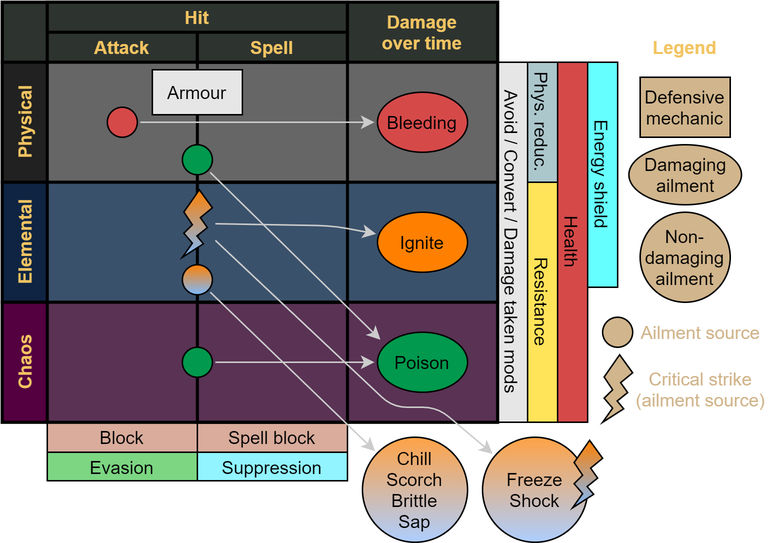
Project-Path-of-Exile-Wiki/wiki keeps this draw.io diagram as images/guide-defences-and-ailments.png. Above is the earlier version. Source tidied: cells renumbered, new cells last; positions are measured from the earlier drawing's top-left corner, leaving out a move shared by most shapes. Source of this version:
```xml
<mxGraphModel>
  <root>
    <mxCell id="0" />
    <mxCell id="1" parent="0" />
    <mxCell id="2" value="&lt;span&gt;Avoid / Convert / Damage taken mods&lt;/span&gt;" style="rounded=0;whiteSpace=wrap;html=1;strokeColor=#000000;rotation=90;fillColor=#E6E6E6;fontStyle=0;" parent="1" vertex="1">
      <mxGeometry x="220" y="150" width="240" height="20" as="geometry" />
    </mxCell>
    <mxCell id="3" value="&lt;span&gt;Phys. reduc.&lt;/span&gt;" style="rounded=0;whiteSpace=wrap;html=1;strokeColor=#000000;rotation=90;fillColor=#ABC7CC;fontStyle=0;" parent="1" vertex="1">
      <mxGeometry x="320" y="70" width="80" height="20" as="geometry" />
    </mxCell>
    <mxCell id="4" value="&lt;span&gt;Resistance&lt;/span&gt;" style="rounded=0;whiteSpace=wrap;html=1;strokeColor=#000000;rotation=90;fillColor=#FFE359;fontStyle=0;" parent="1" vertex="1">
      <mxGeometry x="280" y="190" width="160" height="20" as="geometry" />
    </mxCell>
    <mxCell id="5" value="&lt;span&gt;Spell block&lt;/span&gt;" style="rounded=0;whiteSpace=wrap;html=1;strokeColor=#000000;fillColor=#D9AC9C;fontStyle=0;" parent="1" vertex="1">
      <mxGeometry x="130" y="280" width="100" height="20" as="geometry" />
    </mxCell>
    <mxCell id="6" value="&lt;span&gt;Block&lt;/span&gt;" style="rounded=0;whiteSpace=wrap;html=1;strokeColor=#000000;fillColor=#D9AC9C;fontStyle=0;" parent="1" vertex="1">
      <mxGeometry x="30" y="280" width="100" height="20" as="geometry" />
    </mxCell>
    <mxCell id="7" style="shape=table;rowLines=0;columnLines=0;startSize=0;html=1;whiteSpace=wrap;fontStyle=1;align=center;strokeWidth=2;fillColor=#2D332F;" parent="1" vertex="1">
      <mxGeometry width="330" height="280" as="geometry" />
    </mxCell>
    <mxCell id="8" style="swimlane;horizontal=0;startSize=30;html=1;whiteSpace=wrap;fontStyle=1;strokeWidth=2;fillColor=none;" parent="7" vertex="1">
      <mxGeometry width="330" height="40" as="geometry" />
    </mxCell>
    <mxCell id="9" value="&lt;font color=&quot;#f2c462&quot;&gt;Attack&lt;/font&gt;" style="swimlane;startSize=41;html=1;whiteSpace=wrap;verticalAlign=bottom;strokeWidth=2;fillColor=#2D332F;" parent="8" vertex="1">
      <mxGeometry x="30" width="100" height="40" as="geometry" />
    </mxCell>
    <mxCell id="10" value="&lt;font color=&quot;#f2c462&quot;&gt;Spell&lt;/font&gt;" style="swimlane;startSize=48;html=1;whiteSpace=wrap;strokeWidth=2;verticalAlign=bottom;fillColor=#2D332F;" parent="8" vertex="1">
      <mxGeometry x="130" width="100" height="40" as="geometry" />
    </mxCell>
    <mxCell id="11" value="&lt;b&gt;&lt;font color=&quot;#f2c462&quot;&gt;Hit&lt;/font&gt;&lt;/b&gt;" style="rounded=0;whiteSpace=wrap;html=1;strokeWidth=2;fillColor=#2D332F;" parent="10" vertex="1">
      <mxGeometry x="-100" width="200" height="20" as="geometry" />
    </mxCell>
    <mxCell id="12" value="&lt;font color=&quot;#f2c462&quot;&gt;Damage&lt;br&gt;over time&lt;/font&gt;" style="swimlane;startSize=48;html=1;whiteSpace=wrap;strokeWidth=2;fillColor=#2D332F;" parent="8" vertex="1">
      <mxGeometry x="230" width="100" height="40" as="geometry" />
    </mxCell>
    <mxCell id="13" value="&lt;font color=&quot;#f2c462&quot;&gt;Physical&lt;/font&gt;" style="swimlane;horizontal=0;startSize=30;html=1;whiteSpace=wrap;strokeWidth=2;swimlaneFillColor=#666666;fillColor=#212121;" parent="7" vertex="1">
      <mxGeometry y="40" width="330" height="80" as="geometry" />
    </mxCell>
    <mxCell id="14" style="swimlane;startSize=0;html=1;whiteSpace=wrap;" parent="13" vertex="1">
      <mxGeometry x="30" width="100" height="80" as="geometry" />
    </mxCell>
    <mxCell id="15" style="ellipse;whiteSpace=wrap;html=1;strokeWidth=1;fillColor=#D64949;" parent="14" vertex="1">
      <mxGeometry x="40" y="30" width="20" height="20" as="geometry" />
    </mxCell>
    <mxCell id="16" style="swimlane;startSize=0;html=1;whiteSpace=wrap;strokeWidth=2;" parent="13" vertex="1">
      <mxGeometry x="130" width="100" height="80" as="geometry" />
    </mxCell>
    <mxCell id="17" value="Armour" style="rounded=0;whiteSpace=wrap;html=1;fillColor=#E6E6E6;" parent="16" vertex="1">
      <mxGeometry x="-30" y="5" width="60" height="30" as="geometry" />
    </mxCell>
    <mxCell id="18" style="ellipse;whiteSpace=wrap;html=1;strokeWidth=1;fillColor=#00994D;" parent="16" vertex="1">
      <mxGeometry x="-10" y="55" width="20" height="20" as="geometry" />
    </mxCell>
    <mxCell id="19" style="swimlane;startSize=0;html=1;whiteSpace=wrap;" parent="13" vertex="1">
      <mxGeometry x="230" width="100" height="80" as="geometry" />
    </mxCell>
    <mxCell id="20" value="Bleeding" style="ellipse;whiteSpace=wrap;html=1;glass=0;strokeColor=#000000;strokeWidth=1;fillColor=#D64949;" parent="19" vertex="1">
      <mxGeometry x="20" y="20" width="60" height="40" as="geometry" />
    </mxCell>
    <mxCell id="21" style="endArrow=classic;html=1;strokeColor=#CCCCCC;targetPerimeterSpacing=2;endSize=6;sourcePerimeterSpacing=2;" parent="13" edge="1" source="15" target="20">
      <mxGeometry relative="1" as="geometry" />
    </mxCell>
    <mxCell id="22" value="&lt;font color=&quot;#f2c462&quot;&gt;Elemental&lt;/font&gt;" style="swimlane;horizontal=0;startSize=30;html=1;whiteSpace=wrap;strokeWidth=2;swimlaneFillColor=#3A516B;fillColor=#0E2442;" parent="7" vertex="1">
      <mxGeometry y="120" width="330" height="80" as="geometry" />
    </mxCell>
    <mxCell id="23" style="swimlane;startSize=0;html=1;whiteSpace=wrap;" parent="22" vertex="1">
      <mxGeometry x="30" width="100" height="80" as="geometry" />
    </mxCell>
    <mxCell id="24" style="swimlane;startSize=0;html=1;whiteSpace=wrap;strokeWidth=2;" parent="22" vertex="1">
      <mxGeometry x="130" width="100" height="80" as="geometry" />
    </mxCell>
    <mxCell id="25" style="verticalLabelPosition=bottom;verticalAlign=top;html=1;shape=mxgraph.basic.flash;strokeColor=#000000;strokeWidth=1;fillColor=#FF8000;gradientColor=#7DBAFF;" parent="24" vertex="1">
      <mxGeometry x="-10" y="5" width="20" height="45" as="geometry" />
    </mxCell>
    <mxCell id="26" style="ellipse;whiteSpace=wrap;html=1;strokeWidth=1;fillColor=#FF8000;gradientColor=#7DBAFF;" parent="24" vertex="1">
      <mxGeometry x="-10" y="55" width="20" height="20" as="geometry" />
    </mxCell>
    <mxCell id="27" style="swimlane;startSize=0;html=1;whiteSpace=wrap;" parent="22" vertex="1">
      <mxGeometry x="230" width="100" height="80" as="geometry" />
    </mxCell>
    <mxCell id="28" value="Ignite" style="ellipse;whiteSpace=wrap;html=1;glass=0;strokeColor=#000000;strokeWidth=1;fillColor=#FF8000;" parent="27" vertex="1">
      <mxGeometry x="20" y="20" width="60" height="40" as="geometry" />
    </mxCell>
    <mxCell id="29" style="endArrow=classic;html=1;strokeColor=#CCCCCC;targetPerimeterSpacing=2;endSize=6;sourcePerimeterSpacing=2;" parent="22" edge="1" source="25" target="28">
      <mxGeometry relative="1" as="geometry">
        <Array as="points">
          <mxPoint x="220" y="29" />
        </Array>
      </mxGeometry>
    </mxCell>
    <mxCell id="30" value="&lt;font color=&quot;#f2c462&quot;&gt;Chaos&lt;/font&gt;" style="swimlane;horizontal=0;startSize=30;html=1;whiteSpace=wrap;strokeWidth=2;swimlaneFillColor=#593254;fillColor=#540040;" parent="7" vertex="1">
      <mxGeometry y="200" width="330" height="80" as="geometry" />
    </mxCell>
    <mxCell id="31" style="swimlane;startSize=0;html=1;whiteSpace=wrap;" parent="30" vertex="1">
      <mxGeometry x="30" width="100" height="80" as="geometry" />
    </mxCell>
    <mxCell id="32" style="swimlane;startSize=0;html=1;whiteSpace=wrap;strokeWidth=2;" parent="30" vertex="1">
      <mxGeometry x="130" width="100" height="80" as="geometry" />
    </mxCell>
    <mxCell id="33" style="ellipse;whiteSpace=wrap;html=1;strokeWidth=1;fillColor=#00994D;" parent="32" vertex="1">
      <mxGeometry x="-10" y="30" width="20" height="20" as="geometry" />
    </mxCell>
    <mxCell id="34" style="swimlane;startSize=0;html=1;whiteSpace=wrap;" parent="30" vertex="1">
      <mxGeometry x="230" width="100" height="80" as="geometry" />
    </mxCell>
    <mxCell id="35" value="Poison" style="ellipse;whiteSpace=wrap;html=1;glass=0;strokeColor=#000000;strokeWidth=1;fillColor=#00994D;" parent="34" vertex="1">
      <mxGeometry x="20" y="20" width="60" height="40" as="geometry" />
    </mxCell>
    <mxCell id="36" style="endArrow=classic;html=1;strokeColor=#CCCCCC;targetPerimeterSpacing=2;endSize=6;sourcePerimeterSpacing=2;" parent="30" edge="1" source="33" target="35">
      <mxGeometry relative="1" as="geometry" />
    </mxCell>
    <mxCell id="37" style="endArrow=classic;html=1;strokeColor=#CCCCCC;targetPerimeterSpacing=2;endSize=6;sourcePerimeterSpacing=2;entryX=0.033;entryY=0.125;entryDx=0;entryDy=0;entryPerimeter=0;" parent="7" edge="1" source="18" target="35">
      <mxGeometry relative="1" as="geometry" />
    </mxCell>
    <mxCell id="38" value="&lt;span&gt;Evasion&lt;/span&gt;" style="rounded=0;whiteSpace=wrap;html=1;strokeColor=#000000;fillColor=#7CD682;fontStyle=0;" parent="1" vertex="1">
      <mxGeometry x="30" y="300" width="100" height="19" as="geometry" />
    </mxCell>
    <mxCell id="39" value="&lt;span&gt;Suppression&lt;/span&gt;" style="rounded=0;whiteSpace=wrap;html=1;strokeColor=#000000;fillColor=#91F4FF;fontStyle=0;" parent="1" vertex="1">
      <mxGeometry x="130" y="300" width="100" height="19" as="geometry" />
    </mxCell>
    <mxCell id="40" value="&lt;font color=&quot;#f2c462&quot;&gt;Legend&lt;/font&gt;" style="text;html=1;strokeColor=none;fillColor=none;align=center;verticalAlign=middle;whiteSpace=wrap;rounded=0;fontStyle=1;" parent="1" vertex="1">
      <mxGeometry x="435" y="20" width="40" height="20" as="geometry" />
    </mxCell>
    <mxCell id="41" value="Defensive&lt;br&gt;mechanic" style="rounded=0;whiteSpace=wrap;html=1;strokeColor=#000000;fillColor=#D1B58C;" parent="1" vertex="1">
      <mxGeometry x="425" y="50" width="60" height="40" as="geometry" />
    </mxCell>
    <mxCell id="42" value="&lt;span&gt;Health&lt;/span&gt;" style="rounded=0;whiteSpace=wrap;html=1;strokeColor=#000000;rotation=90;fontStyle=0;fillColor=#D64949;" parent="1" vertex="1">
      <mxGeometry x="260" y="150" width="240" height="20" as="geometry" />
    </mxCell>
    <mxCell id="43" value="&lt;span&gt;Energy shield&lt;/span&gt;" style="rounded=0;whiteSpace=wrap;html=1;strokeColor=#000000;rotation=90;fillColor=#66FFFF;fontStyle=0;" parent="1" vertex="1">
      <mxGeometry x="325" y="105" width="150" height="20" as="geometry" />
    </mxCell>
    <mxCell id="44" style="endArrow=classic;html=1;strokeColor=#CCCCCC;targetPerimeterSpacing=2;endSize=6;sourcePerimeterSpacing=2;" parent="1" edge="1" source="26" target="46">
      <mxGeometry relative="1" as="geometry" />
    </mxCell>
    <mxCell id="45" style="endArrow=classic;html=1;strokeColor=#CCCCCC;targetPerimeterSpacing=2;endSize=6;sourcePerimeterSpacing=2;" parent="1" edge="1" source="25" target="48">
      <mxGeometry relative="1" as="geometry">
        <Array as="points">
          <mxPoint x="260" y="270" />
          <mxPoint x="290" y="270" />
        </Array>
      </mxGeometry>
    </mxCell>
    <mxCell id="46" value="Chill&lt;br&gt;Scorch&lt;br&gt;Brittle&lt;br&gt;Sap" style="ellipse;whiteSpace=wrap;html=1;glass=0;strokeColor=#000000;strokeWidth=1;fillColor=#FFA245;gradientColor=#ADCEFF;" parent="1" vertex="1">
      <mxGeometry x="240" y="290" width="70" height="70" as="geometry" />
    </mxCell>
    <mxCell id="47" style="group;" parent="1" vertex="1">
      <mxGeometry x="320" y="290" width="80" height="70" as="geometry" />
    </mxCell>
    <mxCell id="48" value="Freeze&lt;br&gt;Shock" style="ellipse;whiteSpace=wrap;html=1;glass=0;strokeColor=#000000;strokeWidth=1;fillColor=#FFA245;gradientColor=#ADCEFF;" parent="47" vertex="1">
      <mxGeometry width="70" height="70" as="geometry" />
    </mxCell>
    <mxCell id="49" style="verticalLabelPosition=bottom;verticalAlign=top;html=1;shape=mxgraph.basic.flash;strokeColor=#000000;strokeWidth=1;fillColor=#FF8000;gradientColor=#7DBAFF;" parent="47" vertex="1">
      <mxGeometry x="60" y="2" width="20" height="45" as="geometry" />
    </mxCell>
    <mxCell id="50" value="Damaging&lt;br&gt;ailment" style="ellipse;whiteSpace=wrap;html=1;glass=0;strokeColor=#000000;strokeWidth=1;fillColor=#D1B58C;" parent="1" vertex="1">
      <mxGeometry x="417.5" y="95" width="75" height="40" as="geometry" />
    </mxCell>
    <mxCell id="51" style="group;" parent="1" vertex="1">
      <mxGeometry x="400" y="235" width="115" height="45" as="geometry" />
    </mxCell>
    <mxCell id="52" style="verticalLabelPosition=bottom;verticalAlign=top;html=1;shape=mxgraph.basic.flash;strokeColor=#000000;strokeWidth=1;fillColor=#D1B58C;" parent="51" vertex="1">
      <mxGeometry width="20" height="45" as="geometry" />
    </mxCell>
    <mxCell id="53" value="&lt;font color=&quot;#d1b58c&quot;&gt;Critical strike&lt;br&gt;(ailment source)&lt;/font&gt;" style="text;html=1;align=center;verticalAlign=middle;strokeColor=none;" parent="51" vertex="1">
      <mxGeometry x="15" y="7.5" width="100" height="30" as="geometry" />
    </mxCell>
    <mxCell id="54" style="group;" parent="1" vertex="1">
      <mxGeometry x="400" y="210" width="110" height="20" as="geometry" />
    </mxCell>
    <mxCell id="55" style="ellipse;whiteSpace=wrap;html=1;glass=0;strokeColor=#000000;strokeWidth=1;gradientColor=none;fillColor=#D1B58C;" parent="54" vertex="1">
      <mxGeometry width="20" height="20" as="geometry" />
    </mxCell>
    <mxCell id="56" value="&lt;font color=&quot;#d1b58c&quot;&gt;Ailment source&lt;/font&gt;" style="text;html=1;align=center;verticalAlign=middle;strokeColor=none;" parent="54" vertex="1">
      <mxGeometry x="20" width="90" height="20" as="geometry" />
    </mxCell>
    <mxCell id="57" value="Non-&lt;br&gt;damaging&lt;br&gt;ailment" style="ellipse;whiteSpace=wrap;html=1;glass=0;strokeColor=#000000;strokeWidth=1;fillColor=#D1B58C;" parent="1" vertex="1">
      <mxGeometry x="425" y="140" width="60" height="60" as="geometry" />
    </mxCell>
  </root>
</mxGraphModel>
```
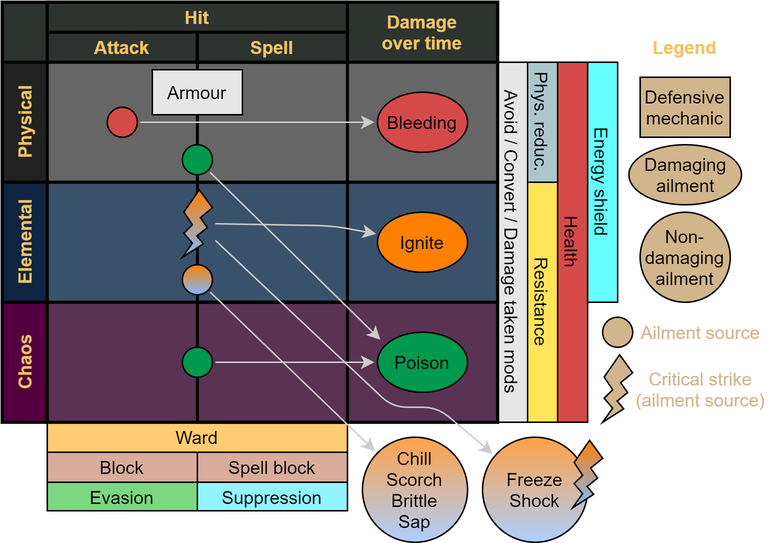
After the commit.

Commit message:
Add ward to defences guide

The edit, as a diff of the source:
```diff
@@ -2,6 +2,9 @@
   <root>
     <mxCell id="0" />
     <mxCell id="1" parent="0" />
+    <mxCell id="58" value="&lt;span&gt;Ward&lt;/span&gt;" style="rounded=0;whiteSpace=wrap;html=1;strokeColor=#000000;fontStyle=0;fillColor=#FFCC73;" parent="1" vertex="1">
+      <mxGeometry x="30" y="280" width="200" height="20" as="geometry" />
+    </mxCell>
     <mxCell id="2" value="&lt;span&gt;Avoid / Convert / Damage taken mods&lt;/span&gt;" style="rounded=0;whiteSpace=wrap;html=1;strokeColor=#000000;rotation=90;fillColor=#E6E6E6;fontStyle=0;" parent="1" vertex="1">
       <mxGeometry x="220" y="150" width="240" height="20" as="geometry" />
     </mxCell>
@@ -12,10 +15,10 @@
       <mxGeometry x="280" y="190" width="160" height="20" as="geometry" />
     </mxCell>
     <mxCell id="5" value="&lt;span&gt;Spell block&lt;/span&gt;" style="rounded=0;whiteSpace=wrap;html=1;strokeColor=#000000;fillColor=#D9AC9C;fontStyle=0;" parent="1" vertex="1">
-      <mxGeometry x="130" y="280" width="100" height="20" as="geometry" />
+      <mxGeometry x="130" y="300" width="100" height="20" as="geometry" />
     </mxCell>
     <mxCell id="6" value="&lt;span&gt;Block&lt;/span&gt;" style="rounded=0;whiteSpace=wrap;html=1;strokeColor=#000000;fillColor=#D9AC9C;fontStyle=0;" parent="1" vertex="1">
-      <mxGeometry x="30" y="280" width="100" height="20" as="geometry" />
+      <mxGeometry x="30" y="300" width="100" height="20" as="geometry" />
     </mxCell>
     <mxCell id="7" style="shape=table;rowLines=0;columnLines=0;startSize=0;html=1;whiteSpace=wrap;fontStyle=1;align=center;strokeWidth=2;fillColor=#2D332F;" parent="1" vertex="1">
       <mxGeometry width="330" height="280" as="geometry" />
@@ -115,10 +118,10 @@
       <mxGeometry relative="1" as="geometry" />
     </mxCell>
     <mxCell id="38" value="&lt;span&gt;Evasion&lt;/span&gt;" style="rounded=0;whiteSpace=wrap;html=1;strokeColor=#000000;fillColor=#7CD682;fontStyle=0;" parent="1" vertex="1">
-      <mxGeometry x="30" y="300" width="100" height="19" as="geometry" />
+      <mxGeometry x="30" y="320" width="100" height="19" as="geometry" />
     </mxCell>
     <mxCell id="39" value="&lt;span&gt;Suppression&lt;/span&gt;" style="rounded=0;whiteSpace=wrap;html=1;strokeColor=#000000;fillColor=#91F4FF;fontStyle=0;" parent="1" vertex="1">
-      <mxGeometry x="130" y="300" width="100" height="19" as="geometry" />
+      <mxGeometry x="130" y="320" width="100" height="19" as="geometry" />
     </mxCell>
     <mxCell id="40" value="&lt;font color=&quot;#f2c462&quot;&gt;Legend&lt;/font&gt;" style="text;html=1;strokeColor=none;fillColor=none;align=center;verticalAlign=middle;whiteSpace=wrap;rounded=0;fontStyle=1;" parent="1" vertex="1">
       <mxGeometry x="435" y="20" width="40" height="20" as="geometry" />
@@ -130,7 +133,7 @@
       <mxGeometry x="260" y="150" width="240" height="20" as="geometry" />
     </mxCell>
     <mxCell id="43" value="&lt;span&gt;Energy shield&lt;/span&gt;" style="rounded=0;whiteSpace=wrap;html=1;strokeColor=#000000;rotation=90;fillColor=#66FFFF;fontStyle=0;" parent="1" vertex="1">
-      <mxGeometry x="325" y="105" width="150" height="20" as="geometry" />
+      <mxGeometry x="320" y="110" width="160" height="20" as="geometry" />
     </mxCell>
     <mxCell id="44" style="endArrow=classic;html=1;strokeColor=#CCCCCC;targetPerimeterSpacing=2;endSize=6;sourcePerimeterSpacing=2;" parent="1" edge="1" source="26" target="46">
       <mxGeometry relative="1" as="geometry" />
```
